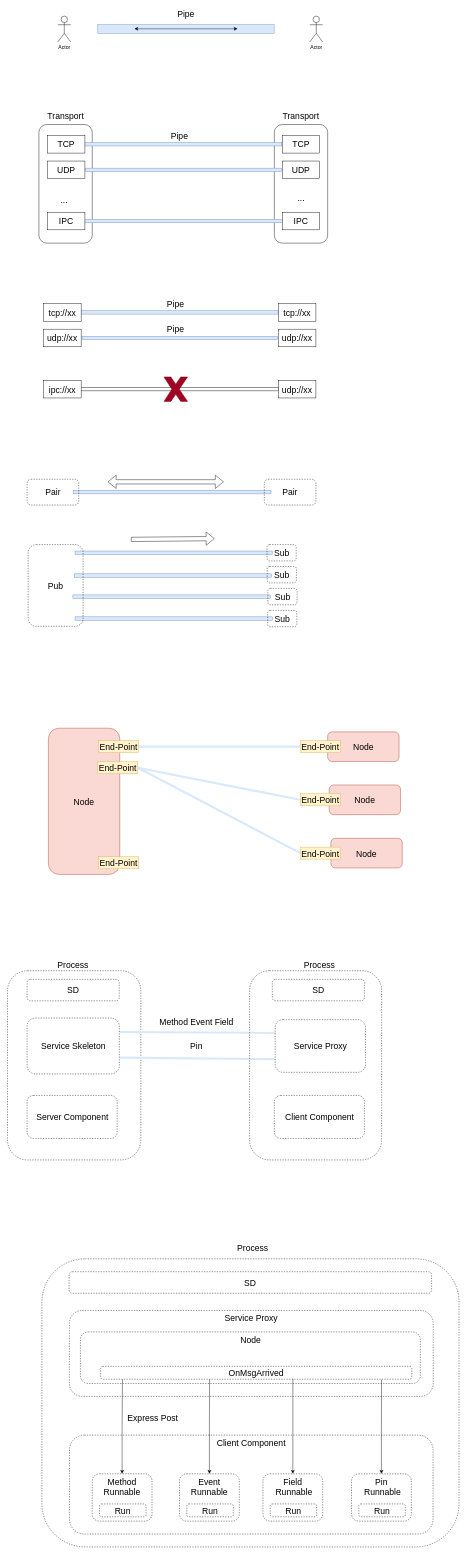
qiuyeyijian/Diagram keeps this draw.io diagram as 未命名绘图.drawio. Above is the earlier version. Source tidied: cells renumbered, new cells numbered last; positions are measured from the earlier drawing's top-left corner, leaving out a move shared by most shapes. Both pictures are drawn from the tidied source at 43%, with x=0, y=0 at pixel (7, 7).
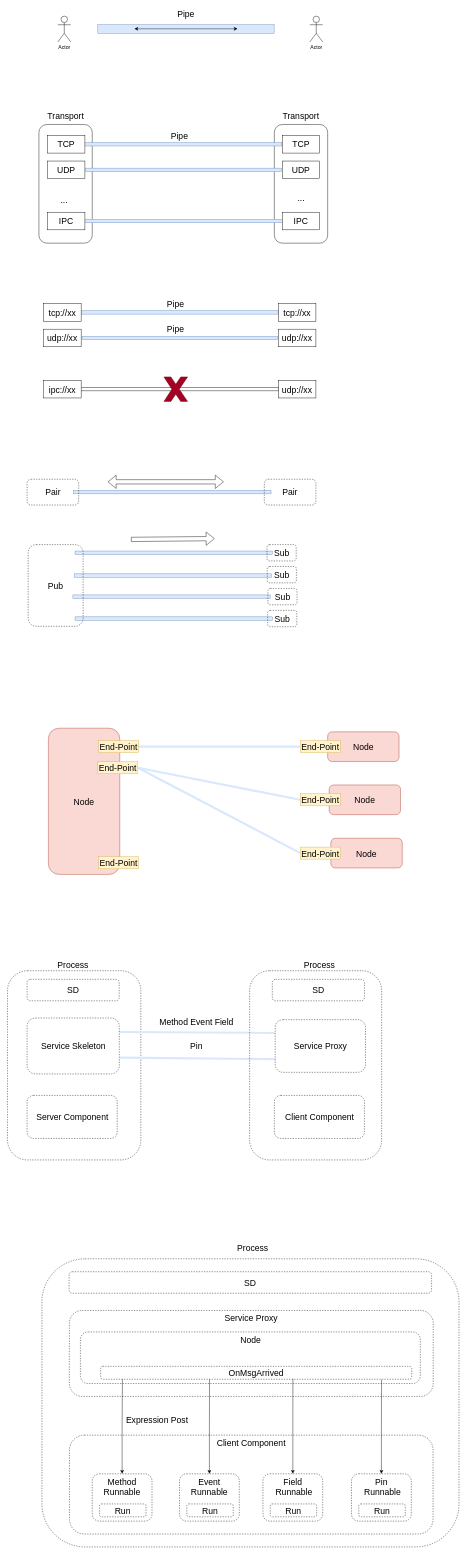
The same diagram, later.

Commit message:
更新未命名绘图.drawio

Change to the diagram source:
```diff
@@
-    <mxCell id="100" value="Express&amp;nbsp;Post" style="text;html=1;strokeColor=none;fillColor=none;align=center;verticalAlign=middle;whiteSpace=wrap;rounded=0;fontSize=20;" parent="1" vertex="1">
-      <mxGeometry x="276" y="3270" width="124" height="20" as="geometry" />
+    <mxCell id="100" value="Expression Post" style="text;html=1;strokeColor=none;fillColor=none;align=center;verticalAlign=middle;whiteSpace=wrap;rounded=0;fontSize=20;" parent="1" vertex="1">
+      <mxGeometry x="266" y="3270" width="164" height="30" as="geometry" />
     </mxCell>
```
